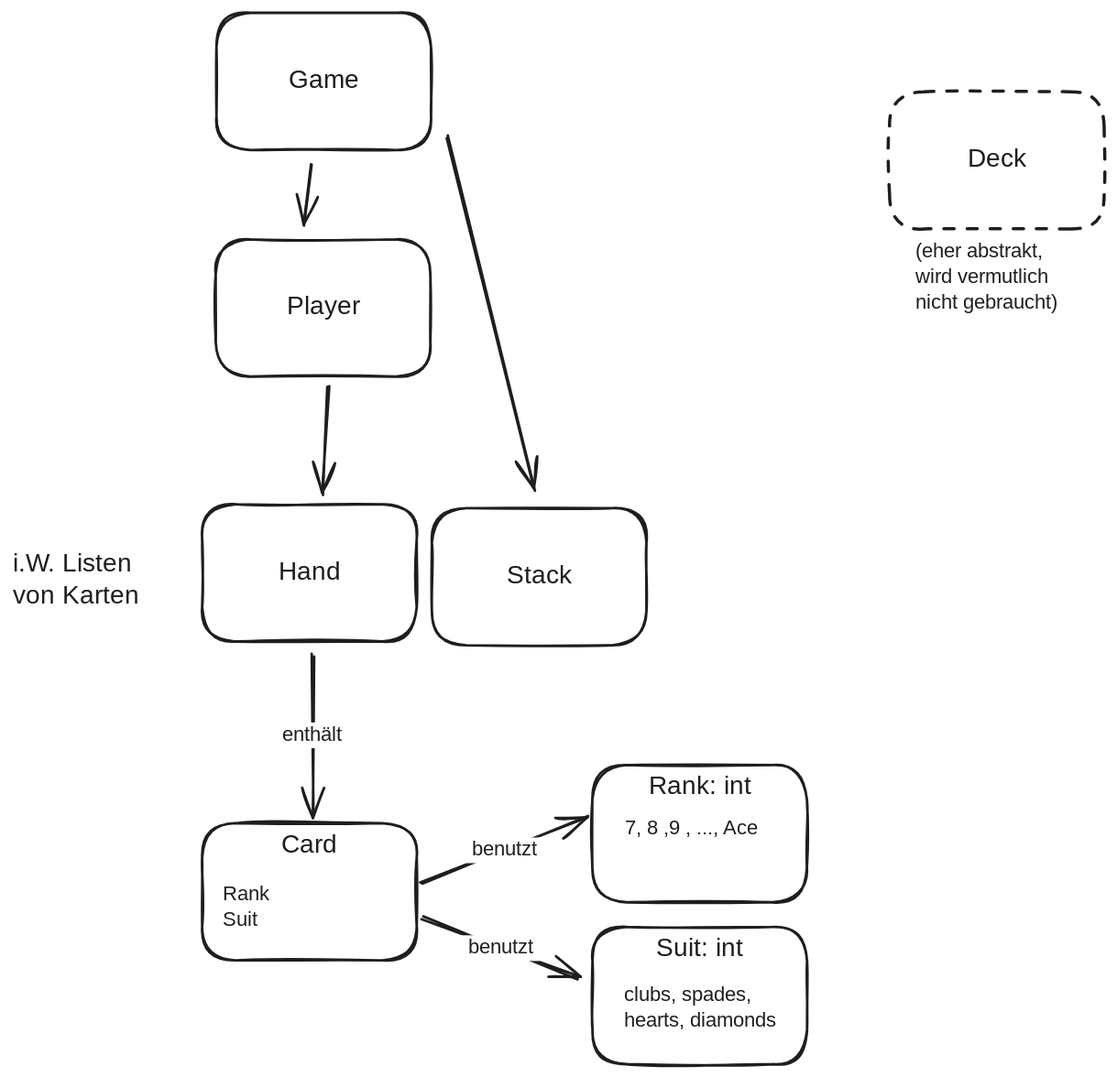
xKevin2409/prog1-material-FORK keeps this Excalidraw diagram as code-vorlesung/2025-11-20/maumau/ueberblick.excalidraw.svg. Above is the earlier version. Source tidied: one line per element, renumbered; positions are measured from the earlier drawing's top-left corner, leaving out a move shared by most shapes. The source it was exported from:
```json
{"id": 0, "type": "rectangle", "strokeColor": "#1e1e1e", "strokeWidth": 2, "roughness": 1, "round": true, "x": 158, "y": 177, "width": 167, "height": 107}
{"id": 1, "type": "text", "text": "Player", "strokeColor": "#1e1e1e", "strokeWidth": 2, "roughness": 1, "fontSize": 20, "fontFamily": 5, "textAlign": "center", "verticalAlign": "middle", "inside": 0, "x": 212, "y": 218, "width": 60, "height": 25}
{"id": 2, "type": "rectangle", "strokeColor": "#1e1e1e", "strokeWidth": 2, "roughness": 1, "round": true, "x": 159, "y": 0, "width": 167, "height": 107}
{"id": 3, "type": "text", "text": "Game", "strokeColor": "#1e1e1e", "strokeWidth": 2, "roughness": 1, "fontSize": 20, "fontFamily": 5, "textAlign": "center", "verticalAlign": "middle", "inside": 2, "x": 217, "y": 41, "width": 51, "height": 25}
{"id": 4, "type": "rectangle", "strokeColor": "#1e1e1e", "strokeWidth": 2, "roughness": 1, "round": true, "x": 327, "y": 386, "width": 167, "height": 107}
{"id": 5, "type": "text", "text": "Stack", "strokeColor": "#1e1e1e", "strokeWidth": 2, "roughness": 1, "fontSize": 20, "fontFamily": 5, "textAlign": "center", "verticalAlign": "middle", "inside": 4, "x": 382, "y": 427, "width": 56, "height": 25}
{"id": 6, "type": "rectangle", "strokeColor": "#1e1e1e", "strokeWidth": 2, "roughness": 1, "round": true, "x": 148, "y": 383, "width": 167, "height": 107}
{"id": 7, "type": "text", "text": "Hand", "strokeColor": "#1e1e1e", "strokeWidth": 2, "roughness": 1, "fontSize": 20, "fontFamily": 5, "textAlign": "center", "verticalAlign": "middle", "inside": 6, "x": 208, "y": 424, "width": 46, "height": 25}
{"id": 8, "type": "rectangle", "strokeColor": "#1e1e1e", "strokeWidth": 2, "strokeStyle": "dashed", "roughness": 1, "round": true, "x": 683, "y": 62, "width": 167, "height": 107}
{"id": 9, "type": "text", "text": "Deck", "strokeColor": "#1e1e1e", "strokeWidth": 2, "roughness": 1, "fontSize": 20, "fontFamily": 5, "textAlign": "center", "verticalAlign": "middle", "inside": 8, "x": 743, "y": 103, "width": 47, "height": 25}
{"id": 10, "type": "text", "text": "i.W. Listen\nvon Karten", "strokeColor": "#1e1e1e", "strokeWidth": 2, "roughness": 1, "fontSize": 20, "fontFamily": 5, "x": 0, "y": 418, "width": 105, "height": 50}
{"id": 11, "type": "rectangle", "strokeColor": "#1e1e1e", "strokeWidth": 2, "roughness": 1, "round": true, "x": 148, "y": 632, "width": 167, "height": 107}
{"id": 12, "type": "text", "text": "Card", "strokeColor": "#1e1e1e", "strokeWidth": 2, "roughness": 1, "fontSize": 20, "fontFamily": 5, "textAlign": "center", "inside": 11, "x": 209, "y": 637, "width": 44, "height": 25}
{"id": 13, "type": "text", "text": "Rank\nSuit", "strokeColor": "#1e1e1e", "strokeWidth": 2, "roughness": 1, "fontSize": 16, "fontFamily": 5, "x": 164, "y": 678, "width": 38, "height": 40}
{"id": 14, "type": "rectangle", "strokeColor": "#1e1e1e", "strokeWidth": 2, "roughness": 1, "round": true, "x": 452, "y": 587, "width": 167, "height": 107}
{"id": 15, "type": "text", "text": "Rank: int", "strokeColor": "#1e1e1e", "strokeWidth": 2, "roughness": 1, "fontSize": 20, "fontFamily": 5, "textAlign": "center", "inside": 14, "x": 492, "y": 592, "width": 87, "height": 25}
{"id": 16, "type": "text", "text": "7, 8 ,9 , ..., Ace", "strokeColor": "#1e1e1e", "strokeWidth": 2, "roughness": 1, "fontSize": 16, "fontFamily": 5, "x": 477, "y": 626, "width": 117, "height": 20}
{"id": 17, "type": "rectangle", "strokeColor": "#1e1e1e", "strokeWidth": 2, "roughness": 1, "round": true, "x": 452, "y": 713, "width": 167, "height": 107}
{"id": 18, "type": "text", "text": "Suit: int", "strokeColor": "#1e1e1e", "strokeWidth": 2, "roughness": 1, "fontSize": 20, "fontFamily": 5, "textAlign": "center", "inside": 17, "x": 496, "y": 718, "width": 79, "height": 25}
{"id": 19, "type": "text", "text": "clubs, spades,\nhearts, diamonds", "strokeColor": "#1e1e1e", "strokeWidth": 2, "roughness": 1, "fontSize": 16, "fontFamily": 5, "x": 476, "y": 756, "width": 132, "height": 40}
{"id": 20, "type": "arrow", "strokeColor": "#1e1e1e", "strokeWidth": 2, "roughness": 1, "endArrowhead": "arrow", "round": true, "from": 11, "to": 14, "x": 319, "y": 679, "width": 128, "height": 51, "points": [[0, 0], [128, -51]]}
{"id": 21, "type": "text", "text": "benutzt", "strokeColor": "#1e1e1e", "strokeWidth": 2, "roughness": 1, "fontSize": 16, "fontFamily": 5, "textAlign": "center", "verticalAlign": "middle", "inside": 20, "x": 237, "y": 493, "width": 62, "height": 20}
{"id": 22, "type": "arrow", "strokeColor": "#1e1e1e", "strokeWidth": 2, "roughness": 1, "endArrowhead": "arrow", "round": true, "from": 11, "to": 17, "x": 320, "y": 705, "width": 121, "height": 48, "points": [[0, 0], [121, 48]]}
{"id": 23, "type": "text", "text": "benutzt", "strokeColor": "#1e1e1e", "strokeWidth": 2, "roughness": 1, "fontSize": 16, "fontFamily": 5, "textAlign": "center", "verticalAlign": "middle", "inside": 22, "x": 234, "y": 569, "width": 62, "height": 20}
{"id": 24, "type": "arrow", "strokeColor": "#1e1e1e", "strokeWidth": 2, "roughness": 1, "endArrowhead": "arrow", "round": true, "from": 6, "to": 11, "x": 233, "y": 501, "width": 0, "height": 125, "points": [[0, 0], [0, 125]]}
{"id": 25, "type": "text", "text": "enthält", "strokeColor": "#1e1e1e", "strokeWidth": 2, "roughness": 1, "fontSize": 16, "fontFamily": 5, "textAlign": "center", "verticalAlign": "middle", "inside": 24, "x": 205, "y": 553, "width": 56, "height": 20}
{"id": 26, "type": "arrow", "strokeColor": "#1e1e1e", "strokeWidth": 2, "roughness": 1, "endArrowhead": "arrow", "round": true, "from": 2, "to": 0, "x": 233, "y": 118, "width": 6, "height": 48, "points": [[0, 0], [-6, 48]]}
{"id": 27, "type": "arrow", "strokeColor": "#1e1e1e", "strokeWidth": 2, "roughness": 1, "endArrowhead": "arrow", "round": true, "from": 0, "to": 6, "x": 246, "y": 291, "width": 5, "height": 85, "points": [[0, 0], [-5, 85]]}
{"id": 28, "type": "arrow", "strokeColor": "#1e1e1e", "strokeWidth": 2, "roughness": 1, "endArrowhead": "arrow", "round": true, "from": 2, "to": 4, "x": 338, "y": 97, "width": 69, "height": 276, "points": [[0, 0], [69, 276]]}
{"id": 29, "type": "text", "text": "(eher abstrakt,\nwird vermutlich\nnicht gebraucht)", "strokeColor": "#1e1e1e", "strokeWidth": 2, "strokeStyle": "dashed", "roughness": 1, "fontSize": 16, "fontFamily": 5, "x": 703, "y": 177, "width": 127, "height": 60}
```
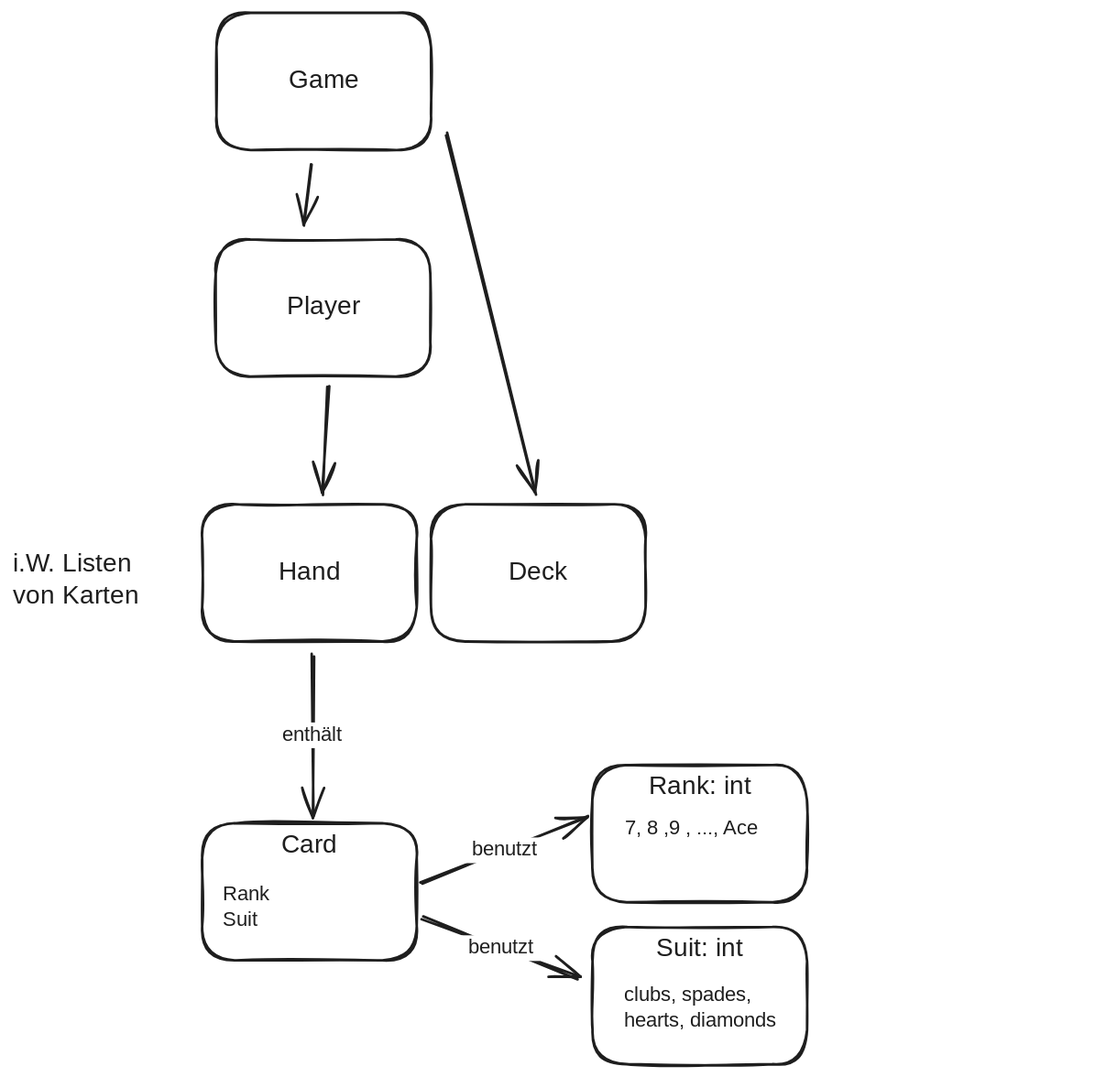
Above is the later version.

The edit, as a diff of the source:
```diff
@@ -2,12 +2,10 @@
 {"id": 1, "type": "text", "text": "Player", "strokeColor": "#1e1e1e", "strokeWidth": 2, "roughness": 1, "fontSize": 20, "fontFamily": 5, "textAlign": "center", "verticalAlign": "middle", "inside": 0, "x": 212, "y": 218, "width": 60, "height": 25}
 {"id": 2, "type": "rectangle", "strokeColor": "#1e1e1e", "strokeWidth": 2, "roughness": 1, "round": true, "x": 159, "y": 0, "width": 167, "height": 107}
 {"id": 3, "type": "text", "text": "Game", "strokeColor": "#1e1e1e", "strokeWidth": 2, "roughness": 1, "fontSize": 20, "fontFamily": 5, "textAlign": "center", "verticalAlign": "middle", "inside": 2, "x": 217, "y": 41, "width": 51, "height": 25}
-{"id": 4, "type": "rectangle", "strokeColor": "#1e1e1e", "strokeWidth": 2, "roughness": 1, "round": true, "x": 327, "y": 386, "width": 167, "height": 107}
+{"id": 4, "type": "rectangle", "strokeColor": "#1e1e1e", "strokeWidth": 2, "roughness": 1, "round": true, "x": 326, "y": 383, "width": 167, "height": 107}
-{"id": 5, "type": "text", "text": "Stack", "strokeColor": "#1e1e1e", "strokeWidth": 2, "roughness": 1, "fontSize": 20, "fontFamily": 5, "textAlign": "center", "verticalAlign": "middle", "inside": 4, "x": 382, "y": 427, "width": 56, "height": 25}
+{"id": 5, "type": "text", "text": "Deck", "strokeColor": "#1e1e1e", "strokeWidth": 2, "roughness": 1, "fontSize": 20, "fontFamily": 5, "textAlign": "center", "verticalAlign": "middle", "inside": 4, "x": 386, "y": 424, "width": 47, "height": 25}
 {"id": 6, "type": "rectangle", "strokeColor": "#1e1e1e", "strokeWidth": 2, "roughness": 1, "round": true, "x": 148, "y": 383, "width": 167, "height": 107}
 {"id": 7, "type": "text", "text": "Hand", "strokeColor": "#1e1e1e", "strokeWidth": 2, "roughness": 1, "fontSize": 20, "fontFamily": 5, "textAlign": "center", "verticalAlign": "middle", "inside": 6, "x": 208, "y": 424, "width": 46, "height": 25}
-{"id": 8, "type": "rectangle", "strokeColor": "#1e1e1e", "strokeWidth": 2, "strokeStyle": "dashed", "roughness": 1, "round": true, "x": 683, "y": 62, "width": 167, "height": 107}
-{"id": 9, "type": "text", "text": "Deck", "strokeColor": "#1e1e1e", "strokeWidth": 2, "roughness": 1, "fontSize": 20, "fontFamily": 5, "textAlign": "center", "verticalAlign": "middle", "inside": 8, "x": 743, "y": 103, "width": 47, "height": 25}
 {"id": 10, "type": "text", "text": "i.W. Listen\nvon Karten", "strokeColor": "#1e1e1e", "strokeWidth": 2, "roughness": 1, "fontSize": 20, "fontFamily": 5, "x": 0, "y": 418, "width": 105, "height": 50}
 {"id": 11, "type": "rectangle", "strokeColor": "#1e1e1e", "strokeWidth": 2, "roughness": 1, "round": true, "x": 148, "y": 632, "width": 167, "height": 107}
 {"id": 12, "type": "text", "text": "Card", "strokeColor": "#1e1e1e", "strokeWidth": 2, "roughness": 1, "fontSize": 20, "fontFamily": 5, "textAlign": "center", "inside": 11, "x": 209, "y": 637, "width": 44, "height": 25}
@@ -26,5 +24,4 @@
 {"id": 25, "type": "text", "text": "enthält", "strokeColor": "#1e1e1e", "strokeWidth": 2, "roughness": 1, "fontSize": 16, "fontFamily": 5, "textAlign": "center", "verticalAlign": "middle", "inside": 24, "x": 205, "y": 553, "width": 56, "height": 20}
 {"id": 26, "type": "arrow", "strokeColor": "#1e1e1e", "strokeWidth": 2, "roughness": 1, "endArrowhead": "arrow", "round": true, "from": 2, "to": 0, "x": 233, "y": 118, "width": 6, "height": 48, "points": [[0, 0], [-6, 48]]}
 {"id": 27, "type": "arrow", "strokeColor": "#1e1e1e", "strokeWidth": 2, "roughness": 1, "endArrowhead": "arrow", "round": true, "from": 0, "to": 6, "x": 246, "y": 291, "width": 5, "height": 85, "points": [[0, 0], [-5, 85]]}
-{"id": 28, "type": "arrow", "strokeColor": "#1e1e1e", "strokeWidth": 2, "roughness": 1, "endArrowhead": "arrow", "round": true, "from": 2, "to": 4, "x": 338, "y": 97, "width": 69, "height": 276, "points": [[0, 0], [69, 276]]}
+{"id": 28, "type": "arrow", "strokeColor": "#1e1e1e", "strokeWidth": 2, "roughness": 1, "endArrowhead": "arrow", "round": true, "from": 2, "to": 4, "x": 337, "y": 94, "width": 70, "height": 281, "points": [[0, 0], [70, 281]]}
-{"id": 29, "type": "text", "text": "(eher abstrakt,\nwird vermutlich\nnicht gebraucht)", "strokeColor": "#1e1e1e", "strokeWidth": 2, "strokeStyle": "dashed", "roughness": 1, "fontSize": 16, "fontFamily": 5, "x": 703, "y": 177, "width": 127, "height": 60}
```
